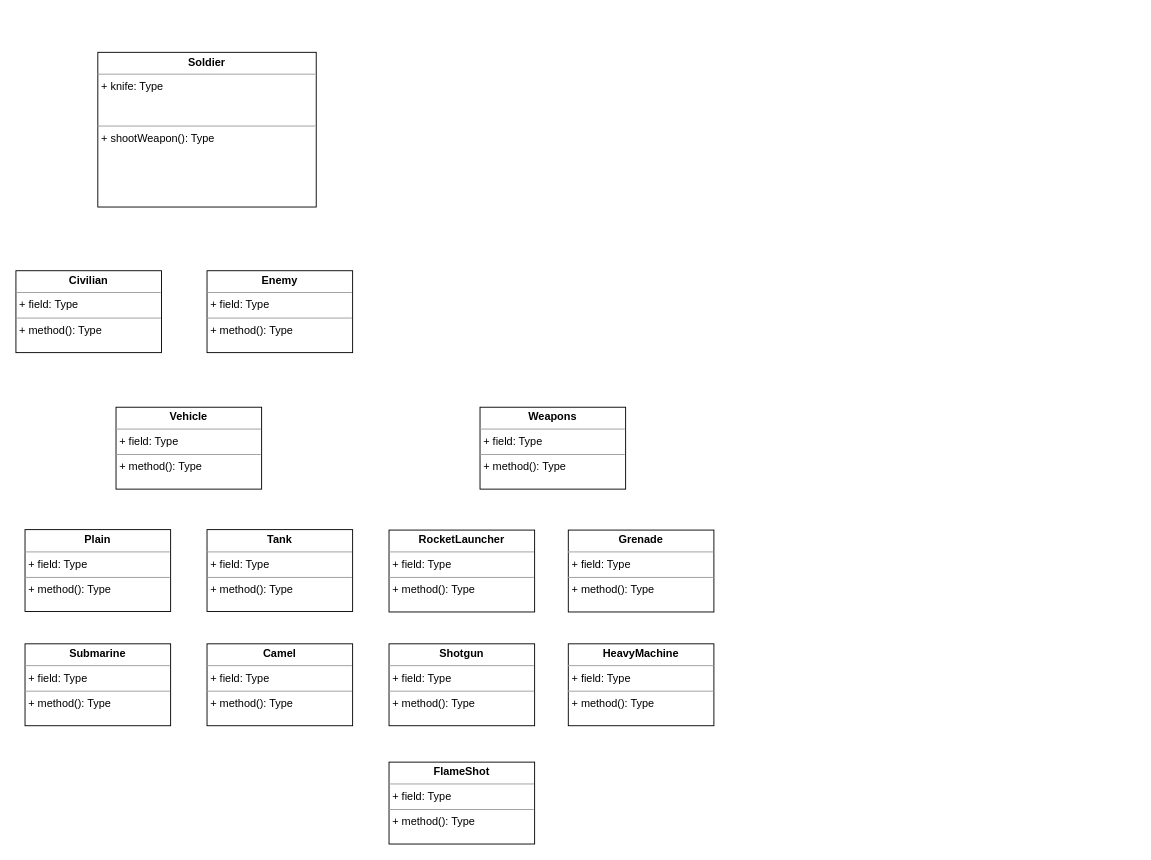
Before: katas/metal-slug/samuel/DiagramClass.drawio in fjcoding/AT-BC-LAT-01, a draw.io diagram. Source tidied: cells renumbered, new cells numbered last; positions are measured from the earlier drawing's top-left corner, leaving out a move shared by most shapes. Both pictures are drawn from the tidied source at 91%, with x=0, y=0 at pixel (15, 52).
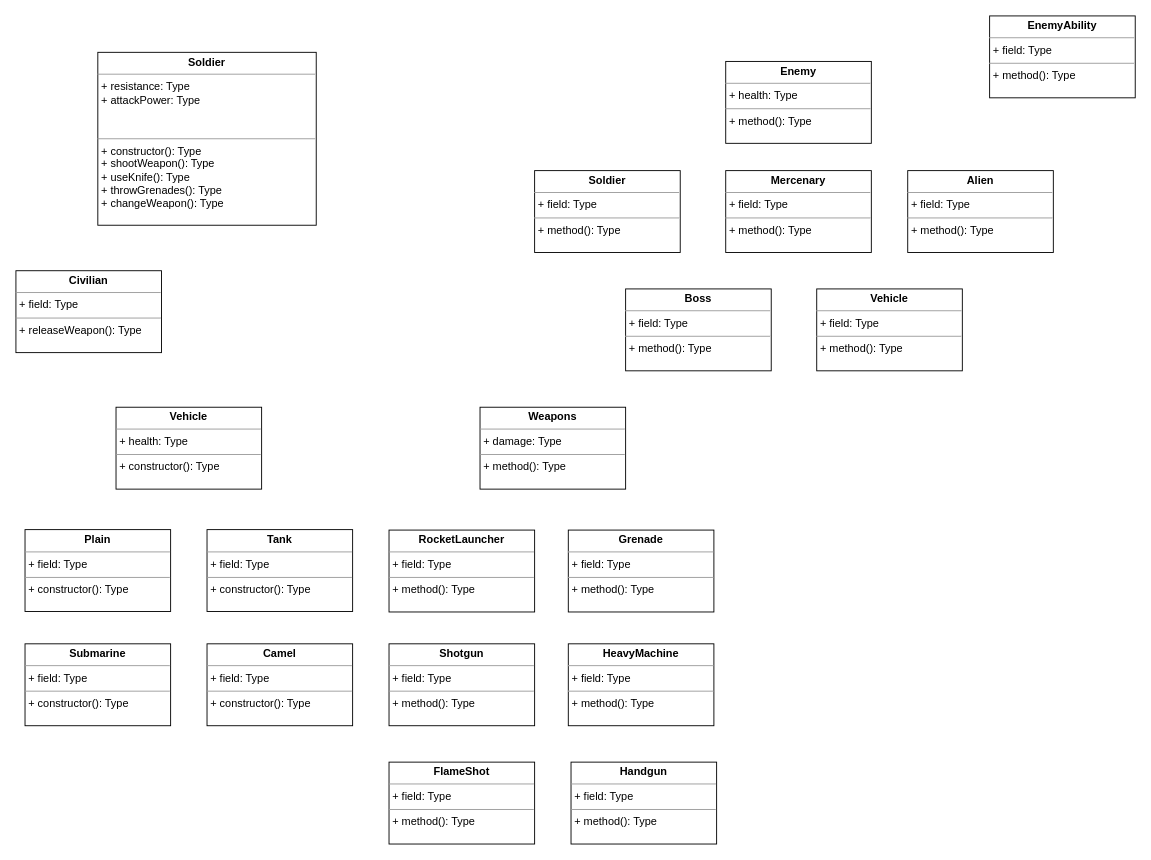
The same page after the edit.

Diff of the diagram source:
```diff
@@
-    <mxCell id="2" value="&lt;p style=&quot;margin: 0px ; margin-top: 4px ; text-align: center&quot;&gt;&lt;b&gt;Soldier&lt;/b&gt;&lt;/p&gt;&lt;hr size=&quot;1&quot;&gt;&lt;p style=&quot;margin: 0px ; margin-left: 4px&quot;&gt;+ knife: Type&lt;/p&gt;&amp;nbsp;&lt;br&gt;&lt;p style=&quot;margin: 0px ; margin-left: 4px&quot;&gt;&amp;nbsp;&lt;/p&gt;&lt;hr size=&quot;1&quot;&gt;&lt;p style=&quot;margin: 0px ; margin-left: 4px&quot;&gt;+ shootWeapon(): Type&lt;/p&gt;&lt;p style=&quot;margin: 0px ; margin-left: 4px&quot;&gt;&lt;br&gt;&lt;/p&gt;" style="verticalAlign=top;align=left;overflow=fill;fontSize=12;fontFamily=Helvetica;html=1;" parent="1" vertex="1">
-      <mxGeometry x="90" width="240" height="170" as="geometry" />
+    <mxCell id="2" value="&lt;p style=&quot;margin: 0px ; margin-top: 4px ; text-align: center&quot;&gt;&lt;b&gt;Soldier&lt;/b&gt;&lt;/p&gt;&lt;hr size=&quot;1&quot;&gt;&lt;p style=&quot;margin: 0px ; margin-left: 4px&quot;&gt;&lt;span&gt;+ resistance: Type&lt;/span&gt;&lt;br&gt;&lt;/p&gt;&lt;p style=&quot;margin: 0px 0px 0px 4px&quot;&gt;+ attackPower: Type&lt;/p&gt;&lt;br&gt;&lt;p style=&quot;margin: 0px ; margin-left: 4px&quot;&gt;&amp;nbsp;&lt;/p&gt;&lt;hr size=&quot;1&quot;&gt;&lt;p style=&quot;margin: 0px 0px 0px 4px&quot;&gt;+ constructor(): Type&lt;/p&gt;&lt;p style=&quot;margin: 0px ; margin-left: 4px&quot;&gt;+ shootWeapon(): Type&lt;/p&gt;&lt;p style=&quot;margin: 0px 0px 0px 4px&quot;&gt;+ useKnife(): Type&lt;/p&gt;&lt;p style=&quot;margin: 0px 0px 0px 4px&quot;&gt;+ throwGrenades(): Type&lt;/p&gt;&lt;p style=&quot;margin: 0px 0px 0px 4px&quot;&gt;+ changeWeapon(): Type&lt;/p&gt;&lt;p style=&quot;margin: 0px 0px 0px 4px&quot;&gt;&lt;br&gt;&lt;/p&gt;" style="verticalAlign=top;align=left;overflow=fill;fontSize=12;fontFamily=Helvetica;html=1;" parent="1" vertex="1">
+      <mxGeometry x="90" width="240" height="190" as="geometry" />
     </mxCell>
-    <mxCell id="3" value="&lt;p style=&quot;margin: 0px ; margin-top: 4px ; text-align: center&quot;&gt;&lt;b&gt;Enemy&lt;/b&gt;&lt;/p&gt;&lt;hr size=&quot;1&quot;&gt;&lt;p style=&quot;margin: 0px ; margin-left: 4px&quot;&gt;+ field: Type&lt;/p&gt;&lt;hr size=&quot;1&quot;&gt;&lt;p style=&quot;margin: 0px ; margin-left: 4px&quot;&gt;+ method(): Type&lt;/p&gt;" style="verticalAlign=top;align=left;overflow=fill;fontSize=12;fontFamily=Helvetica;html=1;" parent="1" vertex="1">
-      <mxGeometry x="210" y="240" width="160" height="90" as="geometry" />
+    <mxCell id="3" value="&lt;p style=&quot;margin: 0px ; margin-top: 4px ; text-align: center&quot;&gt;&lt;b&gt;Enemy&lt;/b&gt;&lt;/p&gt;&lt;hr size=&quot;1&quot;&gt;&lt;p style=&quot;margin: 0px ; margin-left: 4px&quot;&gt;+ health: Type&lt;br&gt;&lt;/p&gt;&lt;hr size=&quot;1&quot;&gt;&lt;p style=&quot;margin: 0px ; margin-left: 4px&quot;&gt;+ method(): Type&lt;/p&gt;" style="verticalAlign=top;align=left;overflow=fill;fontSize=12;fontFamily=Helvetica;html=1;" parent="1" vertex="1">
+      <mxGeometry x="780" y="10" width="160" height="90" as="geometry" />
     </mxCell>
-    <mxCell id="4" value="&lt;p style=&quot;margin: 0px ; margin-top: 4px ; text-align: center&quot;&gt;&lt;b&gt;Vehicle&lt;/b&gt;&lt;/p&gt;&lt;hr size=&quot;1&quot;&gt;&lt;p style=&quot;margin: 0px ; margin-left: 4px&quot;&gt;+ field: Type&lt;/p&gt;&lt;hr size=&quot;1&quot;&gt;&lt;p style=&quot;margin: 0px ; margin-left: 4px&quot;&gt;+ method(): Type&lt;/p&gt;" style="verticalAlign=top;align=left;overflow=fill;fontSize=12;fontFamily=Helvetica;html=1;" parent="1" vertex="1">
+    <mxCell id="4" value="&lt;p style=&quot;margin: 0px ; margin-top: 4px ; text-align: center&quot;&gt;&lt;b&gt;Vehicle&lt;/b&gt;&lt;/p&gt;&lt;hr size=&quot;1&quot;&gt;&lt;p style=&quot;margin: 0px ; margin-left: 4px&quot;&gt;+ health: Type&lt;br&gt;&lt;/p&gt;&lt;hr size=&quot;1&quot;&gt;&lt;p style=&quot;margin: 0px ; margin-left: 4px&quot;&gt;+ constructor(): Type&lt;br&gt;&lt;/p&gt;" style="verticalAlign=top;align=left;overflow=fill;fontSize=12;fontFamily=Helvetica;html=1;" parent="1" vertex="1">
       <mxGeometry x="110" y="390" width="160" height="90" as="geometry" />
     </mxCell>
-    <mxCell id="5" value="&lt;p style=&quot;margin: 0px ; margin-top: 4px ; text-align: center&quot;&gt;&lt;b&gt;Civilian&lt;/b&gt;&lt;/p&gt;&lt;hr size=&quot;1&quot;&gt;&lt;p style=&quot;margin: 0px ; margin-left: 4px&quot;&gt;+ field: Type&lt;/p&gt;&lt;hr size=&quot;1&quot;&gt;&lt;p style=&quot;margin: 0px ; margin-left: 4px&quot;&gt;+ method(): Type&lt;/p&gt;" style="verticalAlign=top;align=left;overflow=fill;fontSize=12;fontFamily=Helvetica;html=1;" parent="1" vertex="1">
+    <mxCell id="5" value="&lt;p style=&quot;margin: 0px ; margin-top: 4px ; text-align: center&quot;&gt;&lt;b&gt;Civilian&lt;/b&gt;&lt;/p&gt;&lt;hr size=&quot;1&quot;&gt;&lt;p style=&quot;margin: 0px ; margin-left: 4px&quot;&gt;+ field: Type&lt;/p&gt;&lt;hr size=&quot;1&quot;&gt;&lt;p style=&quot;margin: 0px ; margin-left: 4px&quot;&gt;+ releaseWeapon(): Type&lt;/p&gt;" style="verticalAlign=top;align=left;overflow=fill;fontSize=12;fontFamily=Helvetica;html=1;" parent="1" vertex="1">
       <mxGeometry y="240" width="160" height="90" as="geometry" />
     </mxCell>
-    <mxCell id="6" value="&lt;p style=&quot;margin: 0px ; margin-top: 4px ; text-align: center&quot;&gt;&lt;b&gt;Weapons&lt;/b&gt;&lt;/p&gt;&lt;hr size=&quot;1&quot;&gt;&lt;p style=&quot;margin: 0px ; margin-left: 4px&quot;&gt;+ field: Type&lt;/p&gt;&lt;hr size=&quot;1&quot;&gt;&lt;p style=&quot;margin: 0px ; margin-left: 4px&quot;&gt;+ method(): Type&lt;/p&gt;" style="verticalAlign=top;align=left;overflow=fill;fontSize=12;fontFamily=Helvetica;html=1;" parent="1" vertex="1">
+    <mxCell id="6" value="&lt;p style=&quot;margin: 0px ; margin-top: 4px ; text-align: center&quot;&gt;&lt;b&gt;Weapons&lt;/b&gt;&lt;/p&gt;&lt;hr size=&quot;1&quot;&gt;&lt;p style=&quot;margin: 0px ; margin-left: 4px&quot;&gt;+ damage: Type&lt;/p&gt;&lt;hr size=&quot;1&quot;&gt;&lt;p style=&quot;margin: 0px ; margin-left: 4px&quot;&gt;+ method(): Type&lt;/p&gt;" style="verticalAlign=top;align=left;overflow=fill;fontSize=12;fontFamily=Helvetica;html=1;" parent="1" vertex="1">
       <mxGeometry x="510" y="390" width="160" height="90" as="geometry" />
     </mxCell>
-    <mxCell id="7" value="&lt;p style=&quot;margin: 0px ; margin-top: 4px ; text-align: center&quot;&gt;&lt;b&gt;Tank&lt;/b&gt;&lt;/p&gt;&lt;hr size=&quot;1&quot;&gt;&lt;p style=&quot;margin: 0px ; margin-left: 4px&quot;&gt;+ field: Type&lt;/p&gt;&lt;hr size=&quot;1&quot;&gt;&lt;p style=&quot;margin: 0px ; margin-left: 4px&quot;&gt;+ method(): Type&lt;/p&gt;" style="verticalAlign=top;align=left;overflow=fill;fontSize=12;fontFamily=Helvetica;html=1;" parent="1" vertex="1">
+    <mxCell id="7" value="&lt;p style=&quot;margin: 0px ; margin-top: 4px ; text-align: center&quot;&gt;&lt;b&gt;Tank&lt;/b&gt;&lt;/p&gt;&lt;hr size=&quot;1&quot;&gt;&lt;p style=&quot;margin: 0px ; margin-left: 4px&quot;&gt;+ field: Type&lt;/p&gt;&lt;hr size=&quot;1&quot;&gt;&lt;p style=&quot;margin: 0px ; margin-left: 4px&quot;&gt;+ constructor(): Type&lt;/p&gt;" style="verticalAlign=top;align=left;overflow=fill;fontSize=12;fontFamily=Helvetica;html=1;" parent="1" vertex="1">
       <mxGeometry x="210" y="524.5" width="160" height="90" as="geometry" />
     </mxCell>
-    <mxCell id="8" value="&lt;p style=&quot;margin: 0px ; margin-top: 4px ; text-align: center&quot;&gt;&lt;b&gt;Plain&lt;/b&gt;&lt;/p&gt;&lt;hr size=&quot;1&quot;&gt;&lt;p style=&quot;margin: 0px ; margin-left: 4px&quot;&gt;+ field: Type&lt;/p&gt;&lt;hr size=&quot;1&quot;&gt;&lt;p style=&quot;margin: 0px ; margin-left: 4px&quot;&gt;+ method(): Type&lt;/p&gt;" style="verticalAlign=top;align=left;overflow=fill;fontSize=12;fontFamily=Helvetica;html=1;" parent="1" vertex="1">
+    <mxCell id="8" value="&lt;p style=&quot;margin: 0px ; margin-top: 4px ; text-align: center&quot;&gt;&lt;b&gt;Plain&lt;/b&gt;&lt;/p&gt;&lt;hr size=&quot;1&quot;&gt;&lt;p style=&quot;margin: 0px ; margin-left: 4px&quot;&gt;+ field: Type&lt;/p&gt;&lt;hr size=&quot;1&quot;&gt;&lt;p style=&quot;margin: 0px ; margin-left: 4px&quot;&gt;+ constructor(): Type&lt;br&gt;&lt;/p&gt;" style="verticalAlign=top;align=left;overflow=fill;fontSize=12;fontFamily=Helvetica;html=1;" parent="1" vertex="1">
       <mxGeometry x="10" y="524.5" width="160" height="90" as="geometry" />
     </mxCell>
-    <mxCell id="9" value="&lt;p style=&quot;margin: 0px ; margin-top: 4px ; text-align: center&quot;&gt;&lt;b&gt;Camel&lt;/b&gt;&lt;/p&gt;&lt;hr size=&quot;1&quot;&gt;&lt;p style=&quot;margin: 0px ; margin-left: 4px&quot;&gt;+ field: Type&lt;/p&gt;&lt;hr size=&quot;1&quot;&gt;&lt;p style=&quot;margin: 0px ; margin-left: 4px&quot;&gt;+ method(): Type&lt;/p&gt;" style="verticalAlign=top;align=left;overflow=fill;fontSize=12;fontFamily=Helvetica;html=1;" parent="1" vertex="1">
+    <mxCell id="9" value="&lt;p style=&quot;margin: 0px ; margin-top: 4px ; text-align: center&quot;&gt;&lt;b&gt;Camel&lt;/b&gt;&lt;/p&gt;&lt;hr size=&quot;1&quot;&gt;&lt;p style=&quot;margin: 0px ; margin-left: 4px&quot;&gt;+ field: Type&lt;/p&gt;&lt;hr size=&quot;1&quot;&gt;&lt;p style=&quot;margin: 0px ; margin-left: 4px&quot;&gt;+ constructor(): Type&lt;br&gt;&lt;/p&gt;" style="verticalAlign=top;align=left;overflow=fill;fontSize=12;fontFamily=Helvetica;html=1;" parent="1" vertex="1">
       <mxGeometry x="210" y="650" width="160" height="90" as="geometry" />
     </mxCell>
-    <mxCell id="10" value="&lt;p style=&quot;margin: 0px ; margin-top: 4px ; text-align: center&quot;&gt;&lt;b&gt;Submarine&lt;/b&gt;&lt;/p&gt;&lt;hr size=&quot;1&quot;&gt;&lt;p style=&quot;margin: 0px ; margin-left: 4px&quot;&gt;+ field: Type&lt;/p&gt;&lt;hr size=&quot;1&quot;&gt;&lt;p style=&quot;margin: 0px ; margin-left: 4px&quot;&gt;+ method(): Type&lt;/p&gt;" style="verticalAlign=top;align=left;overflow=fill;fontSize=12;fontFamily=Helvetica;html=1;" parent="1" vertex="1">
+    <mxCell id="10" value="&lt;p style=&quot;margin: 0px ; margin-top: 4px ; text-align: center&quot;&gt;&lt;b&gt;Submarine&lt;/b&gt;&lt;/p&gt;&lt;hr size=&quot;1&quot;&gt;&lt;p style=&quot;margin: 0px ; margin-left: 4px&quot;&gt;+ field: Type&lt;/p&gt;&lt;hr size=&quot;1&quot;&gt;&lt;p style=&quot;margin: 0px ; margin-left: 4px&quot;&gt;+ constructor(): Type&lt;br&gt;&lt;/p&gt;" style="verticalAlign=top;align=left;overflow=fill;fontSize=12;fontFamily=Helvetica;html=1;" parent="1" vertex="1">
       <mxGeometry x="10" y="650" width="160" height="90" as="geometry" />
     </mxCell>
@@
+    <mxCell id="16" value="&lt;p style=&quot;margin: 0px ; margin-top: 4px ; text-align: center&quot;&gt;&lt;b&gt;Handgun&lt;/b&gt;&lt;/p&gt;&lt;hr size=&quot;1&quot;&gt;&lt;p style=&quot;margin: 0px ; margin-left: 4px&quot;&gt;+ field: Type&lt;/p&gt;&lt;hr size=&quot;1&quot;&gt;&lt;p style=&quot;margin: 0px ; margin-left: 4px&quot;&gt;+ method(): Type&lt;/p&gt;" style="verticalAlign=top;align=left;overflow=fill;fontSize=12;fontFamily=Helvetica;html=1;" parent="1" vertex="1">
+      <mxGeometry x="610" y="780" width="160" height="90" as="geometry" />
+    </mxCell>
+    <mxCell id="17" value="&lt;p style=&quot;margin: 0px ; margin-top: 4px ; text-align: center&quot;&gt;&lt;b&gt;Soldier&lt;/b&gt;&lt;/p&gt;&lt;hr size=&quot;1&quot;&gt;&lt;p style=&quot;margin: 0px ; margin-left: 4px&quot;&gt;+ field: Type&lt;/p&gt;&lt;hr size=&quot;1&quot;&gt;&lt;p style=&quot;margin: 0px ; margin-left: 4px&quot;&gt;+ method(): Type&lt;/p&gt;" style="verticalAlign=top;align=left;overflow=fill;fontSize=12;fontFamily=Helvetica;html=1;" parent="1" vertex="1">
+      <mxGeometry x="570" y="130" width="160" height="90" as="geometry" />
+    </mxCell>
+    <mxCell id="18" value="&lt;p style=&quot;margin: 0px ; margin-top: 4px ; text-align: center&quot;&gt;&lt;b&gt;Alien&lt;/b&gt;&lt;/p&gt;&lt;hr size=&quot;1&quot;&gt;&lt;p style=&quot;margin: 0px ; margin-left: 4px&quot;&gt;+ field: Type&lt;/p&gt;&lt;hr size=&quot;1&quot;&gt;&lt;p style=&quot;margin: 0px ; margin-left: 4px&quot;&gt;+ method(): Type&lt;/p&gt;" style="verticalAlign=top;align=left;overflow=fill;fontSize=12;fontFamily=Helvetica;html=1;" parent="1" vertex="1">
+      <mxGeometry x="980" y="130" width="160" height="90" as="geometry" />
+    </mxCell>
+    <mxCell id="19" value="&lt;p style=&quot;margin: 0px ; margin-top: 4px ; text-align: center&quot;&gt;&lt;b&gt;Boss&lt;/b&gt;&lt;/p&gt;&lt;hr size=&quot;1&quot;&gt;&lt;p style=&quot;margin: 0px ; margin-left: 4px&quot;&gt;+ field: Type&lt;/p&gt;&lt;hr size=&quot;1&quot;&gt;&lt;p style=&quot;margin: 0px ; margin-left: 4px&quot;&gt;+ method(): Type&lt;/p&gt;" style="verticalAlign=top;align=left;overflow=fill;fontSize=12;fontFamily=Helvetica;html=1;" parent="1" vertex="1">
+      <mxGeometry x="670" y="260" width="160" height="90" as="geometry" />
+    </mxCell>
+    <mxCell id="20" value="&lt;p style=&quot;margin: 0px ; margin-top: 4px ; text-align: center&quot;&gt;&lt;b&gt;Mercenary&lt;/b&gt;&lt;/p&gt;&lt;hr size=&quot;1&quot;&gt;&lt;p style=&quot;margin: 0px ; margin-left: 4px&quot;&gt;+ field: Type&lt;/p&gt;&lt;hr size=&quot;1&quot;&gt;&lt;p style=&quot;margin: 0px ; margin-left: 4px&quot;&gt;+ method(): Type&lt;/p&gt;" style="verticalAlign=top;align=left;overflow=fill;fontSize=12;fontFamily=Helvetica;html=1;" parent="1" vertex="1">
+      <mxGeometry x="780" y="130" width="160" height="90" as="geometry" />
+    </mxCell>
+    <mxCell id="21" value="&lt;p style=&quot;margin: 0px ; margin-top: 4px ; text-align: center&quot;&gt;&lt;b&gt;Vehicle&lt;/b&gt;&lt;/p&gt;&lt;hr size=&quot;1&quot;&gt;&lt;p style=&quot;margin: 0px ; margin-left: 4px&quot;&gt;+ field: Type&lt;/p&gt;&lt;hr size=&quot;1&quot;&gt;&lt;p style=&quot;margin: 0px ; margin-left: 4px&quot;&gt;+ method(): Type&lt;/p&gt;" style="verticalAlign=top;align=left;overflow=fill;fontSize=12;fontFamily=Helvetica;html=1;" parent="1" vertex="1">
+      <mxGeometry x="880" y="260" width="160" height="90" as="geometry" />
+    </mxCell>
+    <mxCell id="22" value="&lt;p style=&quot;margin: 0px ; margin-top: 4px ; text-align: center&quot;&gt;&lt;b&gt;EnemyAbility&lt;/b&gt;&lt;/p&gt;&lt;hr size=&quot;1&quot;&gt;&lt;p style=&quot;margin: 0px ; margin-left: 4px&quot;&gt;+ field: Type&lt;/p&gt;&lt;hr size=&quot;1&quot;&gt;&lt;p style=&quot;margin: 0px ; margin-left: 4px&quot;&gt;+ method(): Type&lt;/p&gt;" style="verticalAlign=top;align=left;overflow=fill;fontSize=12;fontFamily=Helvetica;html=1;" parent="1" vertex="1">
+      <mxGeometry x="1070" y="-40" width="160" height="90" as="geometry" />
+    </mxCell>
```
